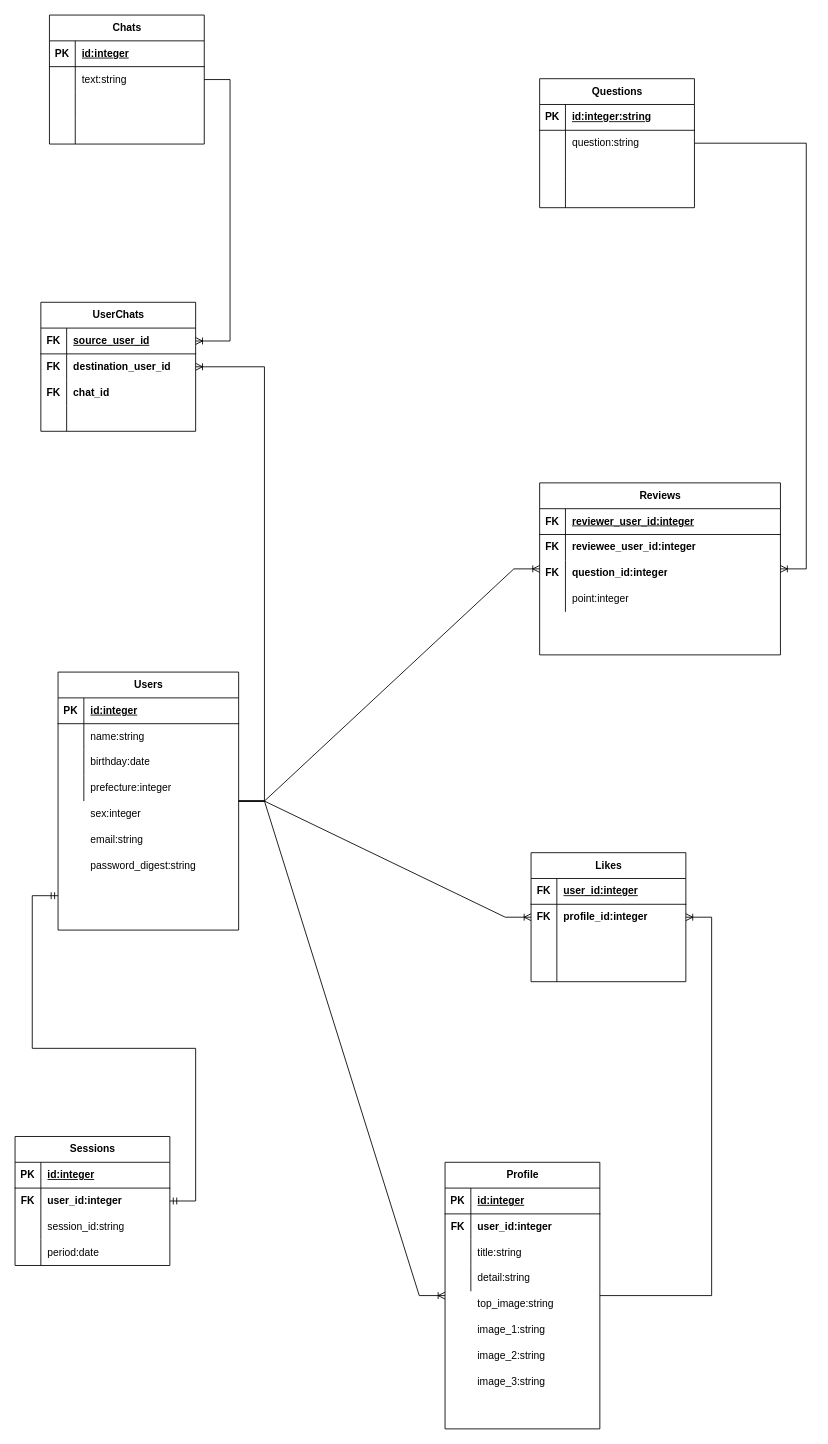
The draw.io diagram ER図.drawio in kazuyuki-m/portfolio, before the edit. Source tidied: cells renumbered, new cells numbered last; positions are measured from the earlier drawing's top-left corner, leaving out a move shared by most shapes. Both pictures are drawn from the tidied source at 86%, with x=0, y=0 at pixel (15, 15).
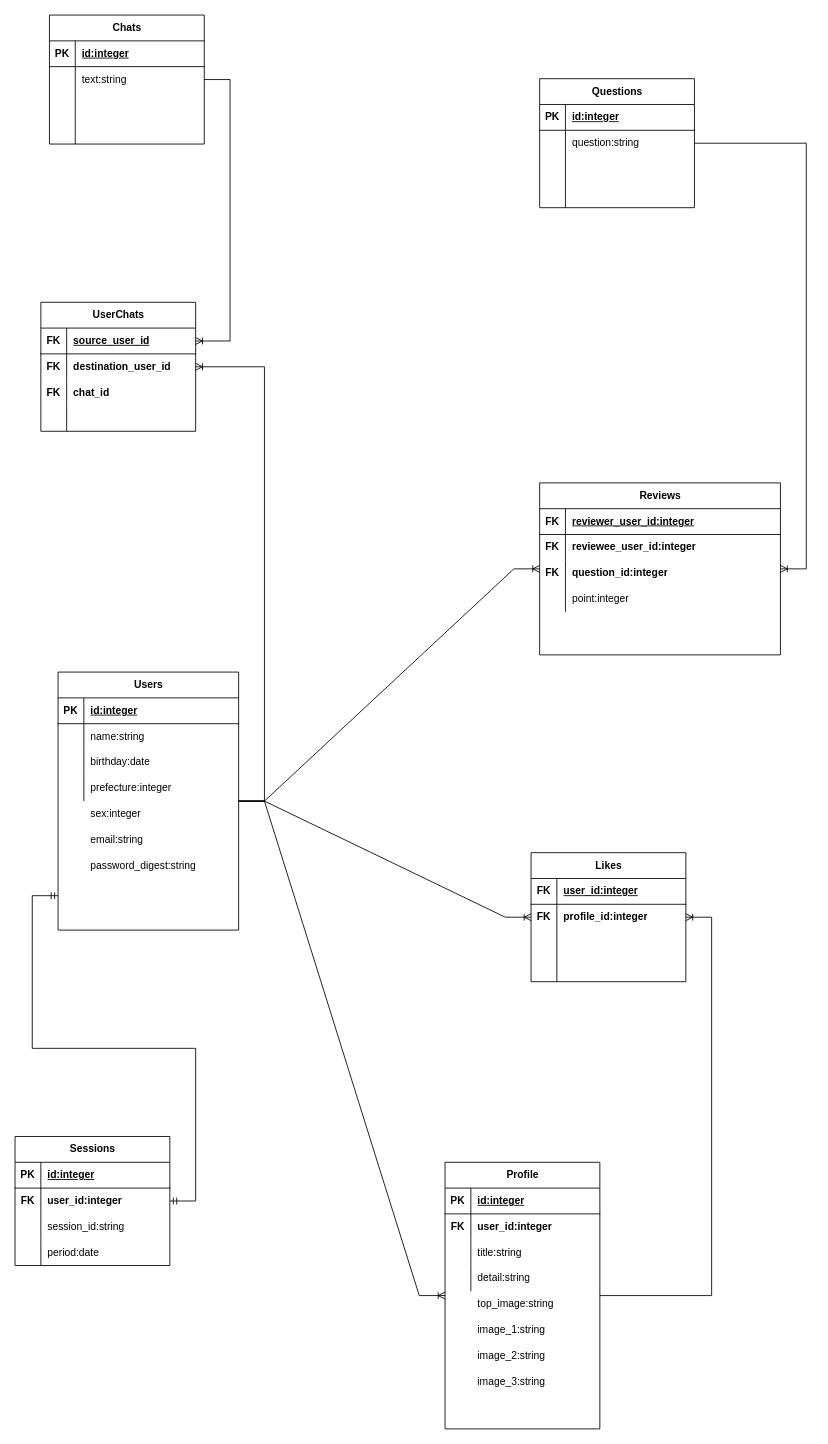
The same page after the edit.

Commit message:
微修正 / ER図を作成

Unchanged cells that the change refers to:
```xml
<mxCell id="94" style="shape=tableRow;horizontal=0;startSize=0;swimlaneHead=0;swimlaneBody=0;fillColor=none;top=0;left=0;right=0;bottom=1;" parent="93" vertex="1">
  <mxGeometry y="30" width="180" height="30" as="geometry" />
</mxCell>
```

Change to the diagram source:
```diff
@@
-    <mxCell id="96" value="id:integer:string" style="shape=partialRectangle;fillColor=none;top=0;left=0;bottom=0;right=0;align=left;spacingLeft=6;fontStyle=5;overflow=hidden;whiteSpace=wrap;html=1;" parent="94" vertex="1">
+    <mxCell id="96" value="id:integer" style="shape=partialRectangle;fillColor=none;top=0;left=0;bottom=0;right=0;align=left;spacingLeft=6;fontStyle=5;overflow=hidden;whiteSpace=wrap;html=1;" parent="94" vertex="1">
       <mxGeometry x="30" width="150" height="30" as="geometry" />
     </mxCell>
```
